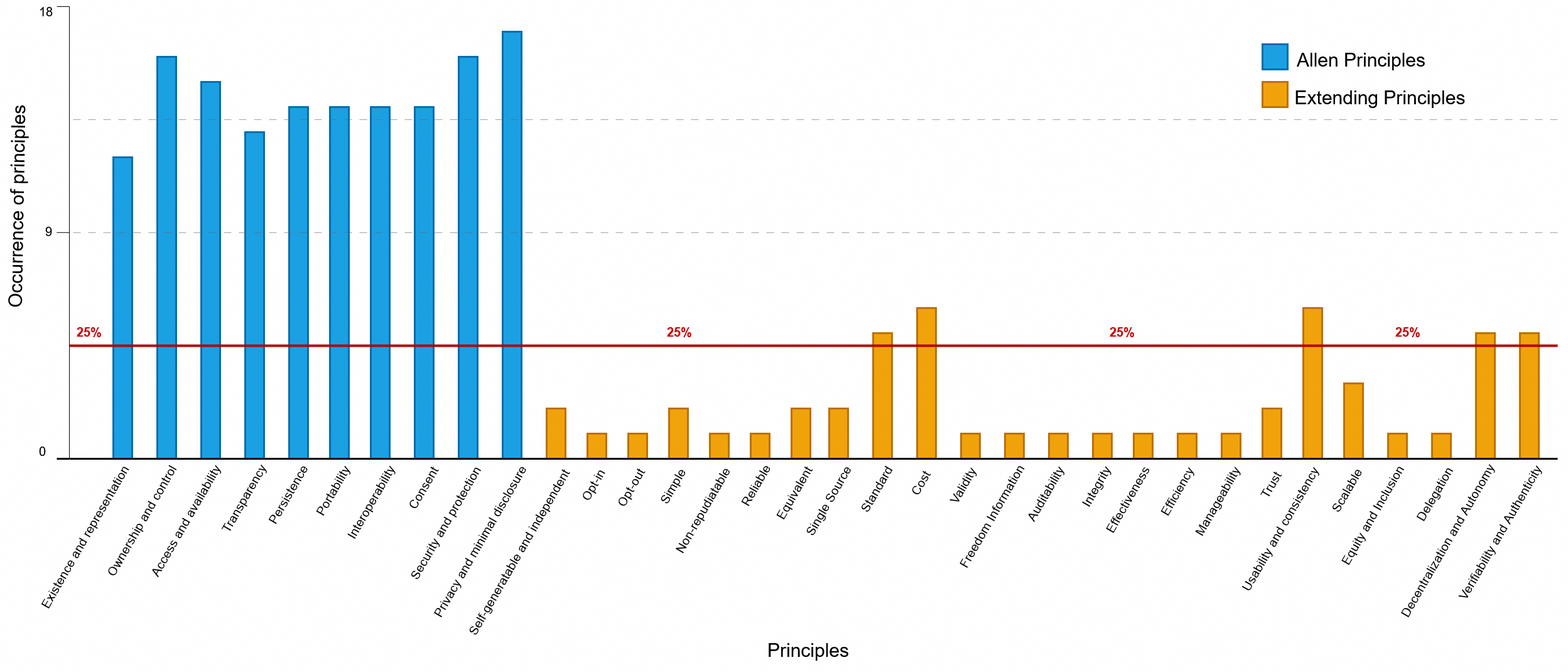
This is definition/images/principles_selection/Principles_selection.png from cristianlepore/Self-Sovereign-Identity, a draw.io export, as it was before one commit. Source tidied: cells renumbered, new cells last; positions are measured from the earlier drawing's top-left corner, leaving out a move shared by most shapes.
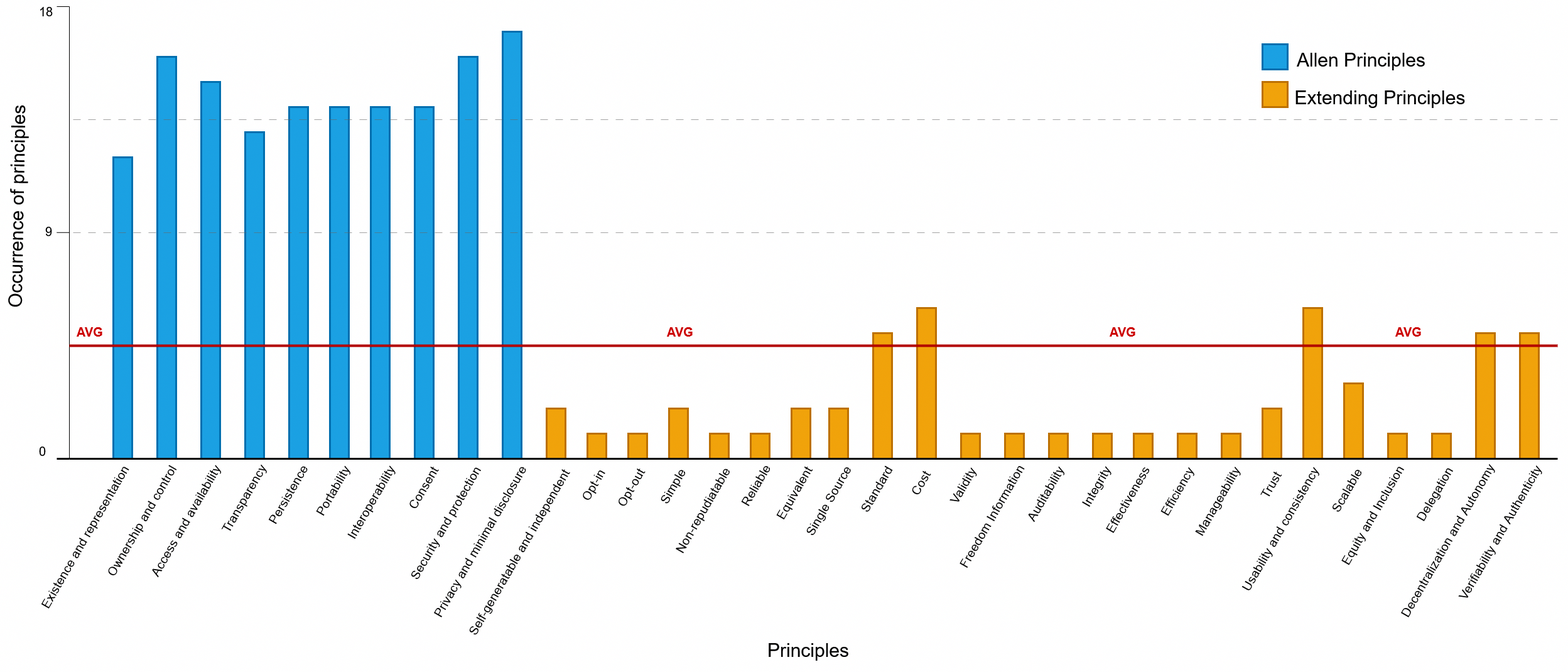
The same file after the commit.

What changed in the source:
```diff
@@ -161,7 +161,7 @@
     <mxCell id="50" value="&lt;font style=&quot;font-size: 20px;&quot;&gt;18&lt;/font&gt;" style="text;whiteSpace=wrap;html=1;rotation=0;" parent="1" vertex="1">
       <mxGeometry x="200" width="45" height="40" as="geometry" />
     </mxCell>
-    <mxCell id="51" value="&lt;b&gt;&lt;font style=&quot;font-size: 20px; color: rgb(204, 0, 0);&quot;&gt;25%&lt;/font&gt;&lt;/b&gt;" style="text;whiteSpace=wrap;html=1;rotation=0;" parent="1" vertex="1">
+    <mxCell id="51" value="&lt;b&gt;&lt;font style=&quot;font-size: 20px; color: rgb(204, 0, 0);&quot;&gt;AVG&lt;/font&gt;&lt;/b&gt;" style="text;whiteSpace=wrap;html=1;rotation=0;" parent="1" vertex="1">
       <mxGeometry x="1200" y="510" width="60" height="40" as="geometry" />
     </mxCell>
     <mxCell id="52" style="rounded=0;whiteSpace=wrap;html=1;fillColor=#1ba1e2;strokeColor=#006EAF;strokeWidth=3;fontColor=#ffffff;" parent="1" vertex="1">
@@ -284,13 +284,13 @@
     <mxCell id="87" value="&lt;font style=&quot;font-size: 30px;&quot;&gt;Principles&lt;/font&gt;" style="text;whiteSpace=wrap;html=1;rotation=0;opacity=90;" parent="1" vertex="1">
       <mxGeometry x="1360" y="1010" width="190" height="60" as="geometry" />
     </mxCell>
-    <mxCell id="88" value="&lt;b&gt;&lt;font style=&quot;font-size: 20px; color: rgb(204, 0, 0);&quot;&gt;25%&lt;/font&gt;&lt;/b&gt;" style="text;whiteSpace=wrap;html=1;rotation=0;" parent="1" vertex="1">
+    <mxCell id="88" value="&lt;b&gt;&lt;font style=&quot;font-size: 20px; color: rgb(204, 0, 0);&quot;&gt;AVG&lt;/font&gt;&lt;/b&gt;" style="text;whiteSpace=wrap;html=1;rotation=0;" parent="1" vertex="1">
       <mxGeometry x="2360" y="510" width="60" height="40" as="geometry" />
     </mxCell>
-    <mxCell id="89" value="&lt;b&gt;&lt;font style=&quot;font-size: 20px; color: rgb(204, 0, 0);&quot;&gt;25%&lt;/font&gt;&lt;/b&gt;" style="text;whiteSpace=wrap;html=1;rotation=0;" parent="1" vertex="1">
+    <mxCell id="89" value="&lt;b&gt;&lt;font style=&quot;font-size: 20px; color: rgb(204, 0, 0);&quot;&gt;AVG&lt;/font&gt;&lt;/b&gt;" style="text;whiteSpace=wrap;html=1;rotation=0;" parent="1" vertex="1">
       <mxGeometry x="260" y="510" width="60" height="40" as="geometry" />
     </mxCell>
-    <mxCell id="90" value="&lt;b&gt;&lt;font style=&quot;font-size: 20px; color: rgb(204, 0, 0);&quot;&gt;25%&lt;/font&gt;&lt;/b&gt;" style="text;whiteSpace=wrap;html=1;rotation=0;" parent="1" vertex="1">
+    <mxCell id="90" value="&lt;b&gt;&lt;font style=&quot;font-size: 20px; color: rgb(204, 0, 0);&quot;&gt;AVG&lt;/font&gt;&lt;/b&gt;" style="text;whiteSpace=wrap;html=1;rotation=0;" parent="1" vertex="1">
       <mxGeometry x="1905" y="510" width="60" height="40" as="geometry" />
     </mxCell>
   </root>
```
